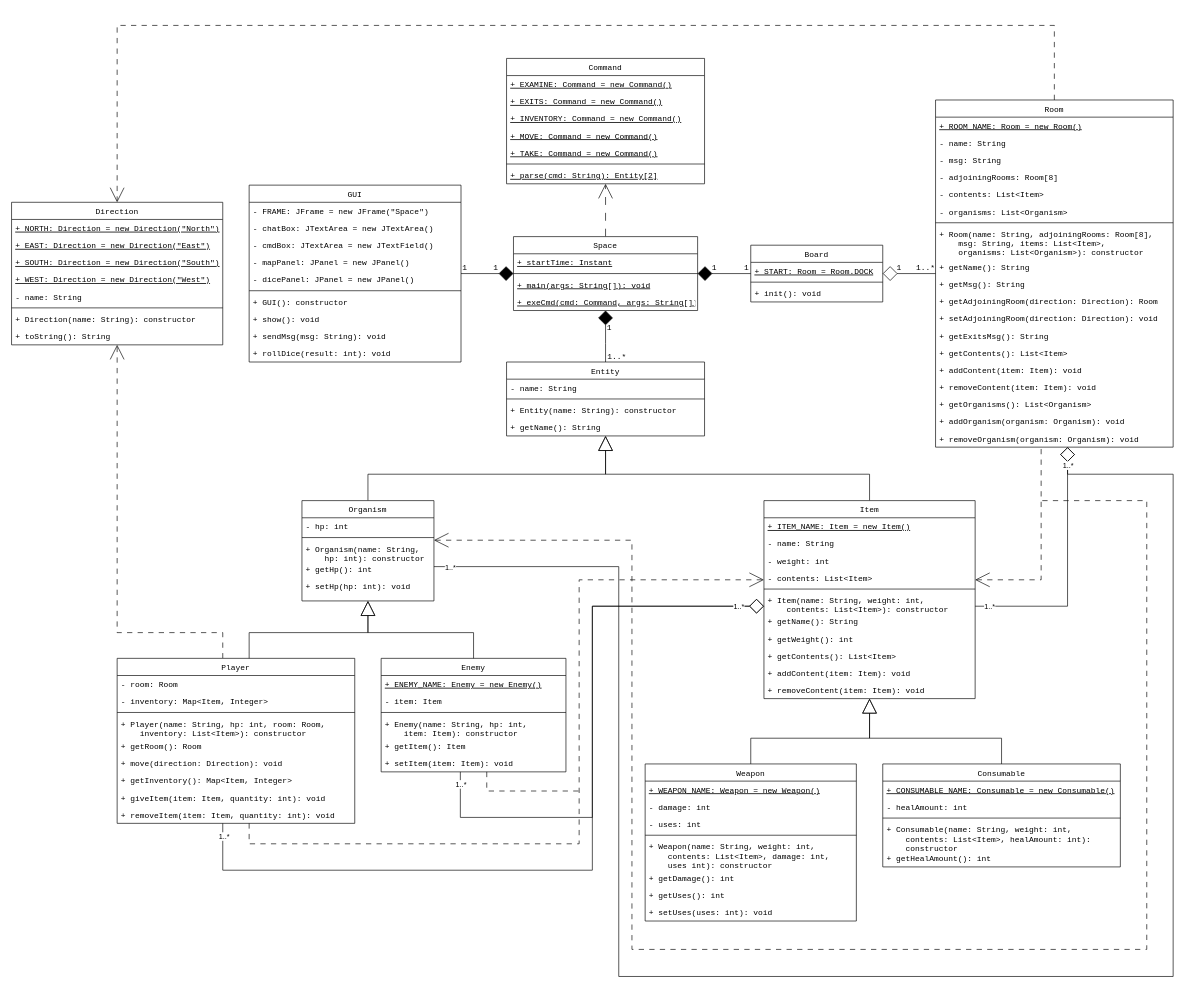
Before: assets/class-diagram.drawio in 4lex-whit/CS-NEA-2025, a draw.io diagram. Source tidied: cells renumbered, new cells numbered last; positions are measured from the earlier drawing's top-left corner, leaving out a move shared by most shapes. Both pictures are drawn from the tidied source at 66%, with x=0, y=0 at pixel (11, 25).
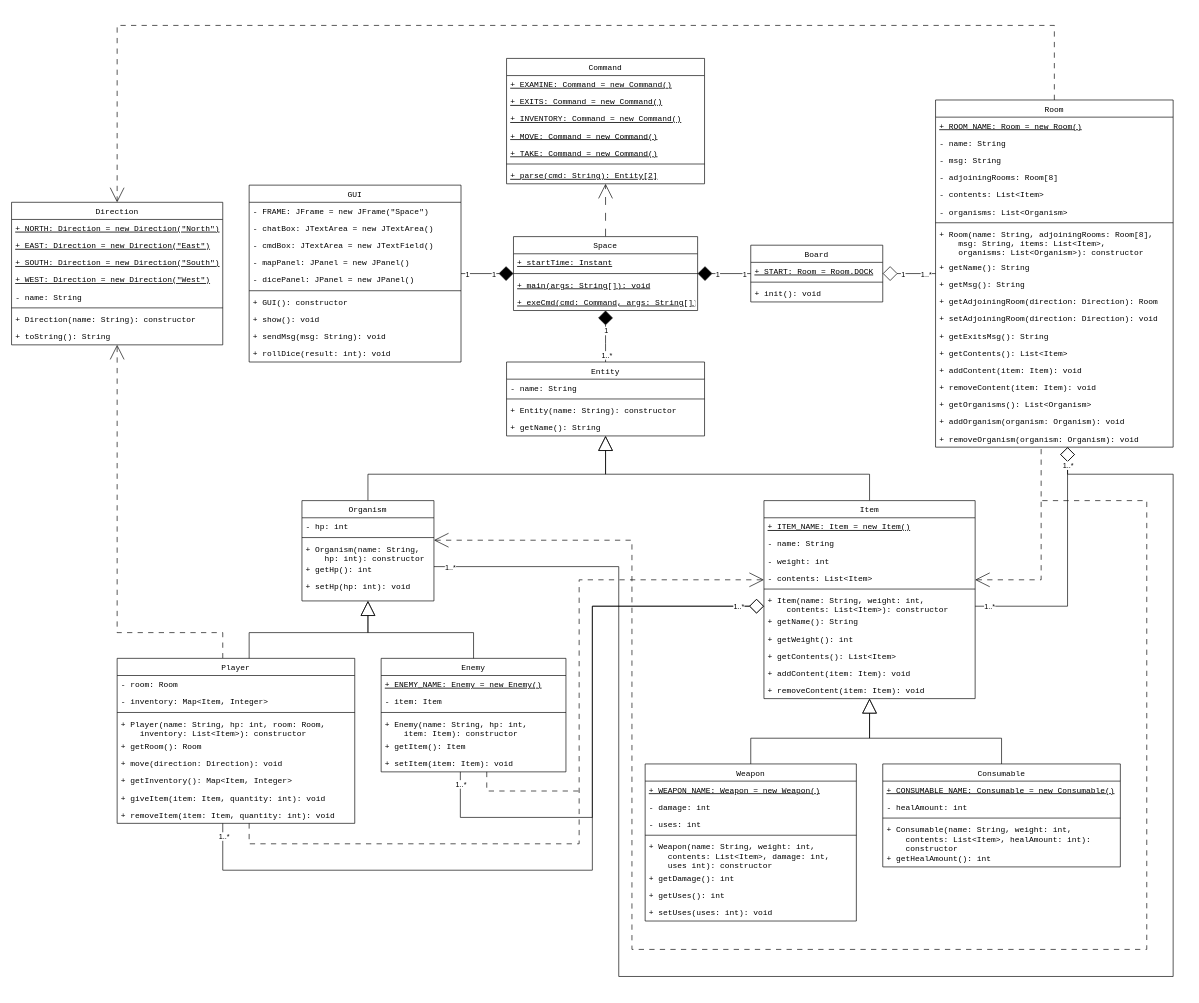
The same diagram, later.

Commit message (it also covers changes not shown here):
Put numbers in relationship lines in class diagram

Unchanged cells that the change refers to:
```xml
<mxCell id="2" style="edgeStyle=orthogonalEdgeStyle;rounded=0;jettySize=auto;html=1;endArrow=diamond;endFill=0;startSize=6;endSize=20;fontFamily=Courier New;" parent="1" edge="1" source="5" target="111">
  <mxGeometry relative="1" as="geometry" />
</mxCell>
<mxCell id="3" style="edgeStyle=orthogonalEdgeStyle;rounded=0;jettySize=auto;html=1;entryX=0.5;entryY=0;entryDx=0;entryDy=0;endArrow=none;endFill=0;strokeWidth=1;endSize=20;startSize=20;startArrow=diamond;startFill=1;fontFamily=Courier New;" parent="1" edge="1" source="124" target="36">
  <mxGeometry relative="1" as="geometry">
    <Array as="points">
      <mxPoint x="900" y="482" />
      <mxPoint x="900" y="482" />
    </Array>
  </mxGeometry>
</mxCell>
<mxCell id="55" style="edgeStyle=orthogonalEdgeStyle;rounded=0;jettySize=auto;html=1;endArrow=diamond;endFill=1;flowAnimation=0;endSize=20;startSize=20;fontFamily=Courier New;" parent="1" edge="1" source="56" target="124">
  <mxGeometry relative="1" as="geometry" />
</mxCell>
<mxCell id="110" style="edgeStyle=orthogonalEdgeStyle;rounded=0;jettySize=auto;html=1;endArrow=diamond;endFill=1;endSize=20;startSize=20;fontFamily=Courier New;" parent="1" edge="1" source="111" target="124">
  <mxGeometry relative="1" as="geometry" />
</mxCell>
```

The edit, as a diff of the source:
```diff
@@
+    <mxCell id="149" value="1..*" style="edgeLabel;html=1;align=center;verticalAlign=middle;" parent="2" vertex="1">
+      <mxGeometry x="-0.61" relative="1" as="geometry">
+        <mxPoint x="1" as="offset" />
+      </mxGeometry>
+    </mxCell>
+    <mxCell id="150" value="1" style="edgeLabel;html=1;align=center;verticalAlign=middle;" parent="2" vertex="1">
+      <mxGeometry x="0.25" y="-1" relative="1" as="geometry">
+        <mxPoint y="1" as="offset" />
+      </mxGeometry>
+    </mxCell>
@@
+    <mxCell id="151" value="1" style="edgeLabel;html=1;align=center;verticalAlign=middle;" parent="3" vertex="1">
+      <mxGeometry x="-0.24" relative="1" as="geometry" />
+    </mxCell>
+    <mxCell id="152" value="1..*" style="edgeLabel;html=1;align=center;verticalAlign=middle;" parent="3" vertex="1">
+      <mxGeometry x="0.75" y="1" relative="1" as="geometry">
+        <mxPoint y="-1" as="offset" />
+      </mxGeometry>
+    </mxCell>
@@
+    <mxCell id="153" value="1" style="edgeLabel;html=1;align=center;verticalAlign=middle;" parent="55" vertex="1">
+      <mxGeometry x="0.18" relative="1" as="geometry">
+        <mxPoint x="2" as="offset" />
+      </mxGeometry>
+    </mxCell>
+    <mxCell id="154" value="1" style="edgeLabel;html=1;align=center;verticalAlign=middle;" parent="55" vertex="1">
+      <mxGeometry x="-0.68" relative="1" as="geometry">
+        <mxPoint x="-4" as="offset" />
+      </mxGeometry>
+    </mxCell>
@@
+    <mxCell id="155" value="1" style="edgeLabel;html=1;align=center;verticalAlign=middle;" parent="110" vertex="1">
+      <mxGeometry x="-0.68" relative="1" as="geometry">
+        <mxPoint x="3" as="offset" />
+      </mxGeometry>
+    </mxCell>
+    <mxCell id="156" value="1" style="edgeLabel;html=1;align=center;verticalAlign=middle;" parent="110" vertex="1">
+      <mxGeometry x="0.21" relative="1" as="geometry">
+        <mxPoint x="-2" as="offset" />
+      </mxGeometry>
+    </mxCell>
@@
-    <mxCell id="129" value="1" style="text;html=1;align=center;verticalAlign=middle;whiteSpace=wrap;rounded=0;fontFamily=Courier New;" parent="1" vertex="1">
-      <mxGeometry x="729" y="361" width="10" height="14" as="geometry" />
-    </mxCell>
-    <mxCell id="130" value="1" style="text;html=1;align=center;verticalAlign=middle;whiteSpace=wrap;rounded=0;fontFamily=Courier New;" parent="1" vertex="1">
-      <mxGeometry x="682" y="361" width="10" height="14" as="geometry" />
-    </mxCell>
-    <mxCell id="131" value="1" style="text;html=1;align=center;verticalAlign=middle;whiteSpace=wrap;rounded=0;fontFamily=Courier New;" parent="1" vertex="1">
-      <mxGeometry x="901" y="452" width="10" height="14" as="geometry" />
-    </mxCell>
-    <mxCell id="132" value="1" style="text;html=1;align=center;verticalAlign=middle;whiteSpace=wrap;rounded=0;fontFamily=Courier New;" parent="1" vertex="1">
-      <mxGeometry x="1109" y="361" width="10" height="14" as="geometry" />
-    </mxCell>
-    <mxCell id="133" value="1" style="text;html=1;align=center;verticalAlign=middle;whiteSpace=wrap;rounded=0;fontFamily=Courier New;" parent="1" vertex="1">
-      <mxGeometry x="1340" y="361" width="10" height="14" as="geometry" />
-    </mxCell>
-    <mxCell id="134" value="1..*" style="text;html=1;align=left;verticalAlign=middle;whiteSpace=wrap;rounded=0;fontFamily=Courier New;" parent="1" vertex="1">
-      <mxGeometry x="1369" y="361" width="28" height="14" as="geometry" />
-    </mxCell>
-    <mxCell id="135" value="1" style="text;html=1;align=center;verticalAlign=middle;whiteSpace=wrap;rounded=0;fontFamily=Courier New;" parent="1" vertex="1">
-      <mxGeometry x="1060" y="361" width="10" height="14" as="geometry" />
-    </mxCell>
-    <mxCell id="136" value="1..*" style="text;html=1;align=left;verticalAlign=middle;whiteSpace=wrap;rounded=0;fontFamily=Courier New;" parent="1" vertex="1">
-      <mxGeometry x="901" y="496" width="28" height="14" as="geometry" />
-    </mxCell>
```
